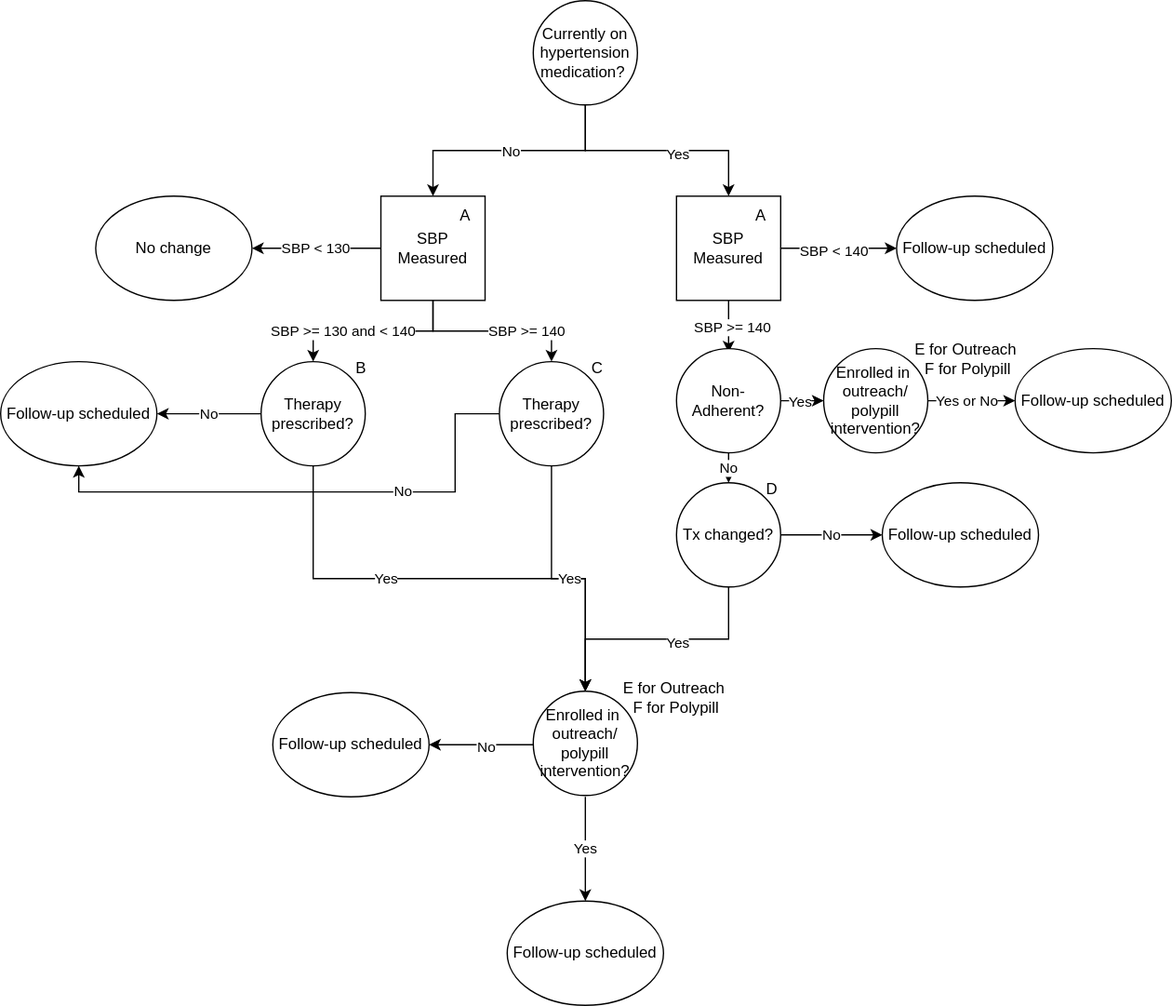
Above: docs/source/concept_models/vivarium_us_cvd/sbp_ramp_all.svg in ihmeuw/vivarium_research (draw.io), before the change. Source tidied: cells renumbered, new cells last; positions are measured from the earlier drawing's top-left corner, leaving out a move shared by most shapes.
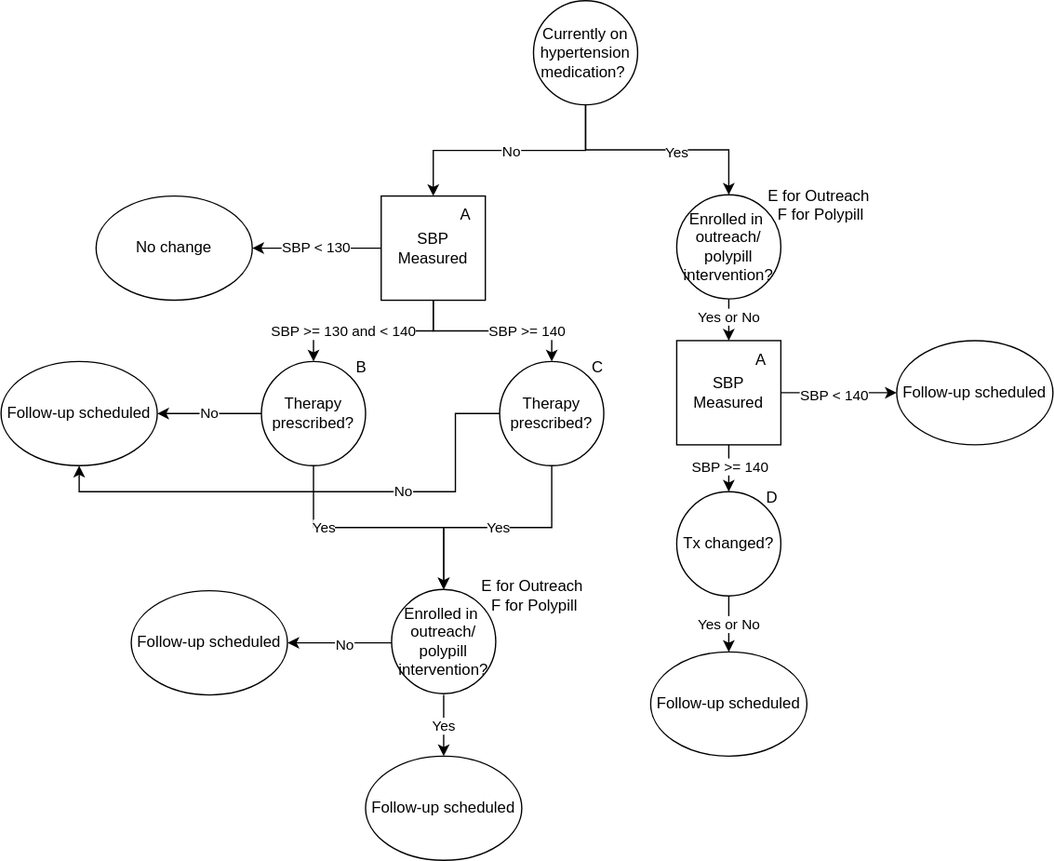
Later version of the same file.

What changed in the source:
```diff
@@ -5,19 +5,11 @@
     <mxCell id="2" value="SBP Measured" style="whiteSpace=wrap;html=1;" parent="1" vertex="1">
       <mxGeometry x="292" y="150" width="80" height="80" as="geometry" />
     </mxCell>
-    <mxCell id="3" value="No" style="edgeStyle=orthogonalEdgeStyle;rounded=0;jettySize=auto;html=1;exitX=1;exitY=0.5;exitDx=0;exitDy=0;entryX=0;entryY=0.5;entryDx=0;entryDy=0;" parent="1" edge="1" source="9" target="6">
+    <mxCell id="3" value="Yes or No" style="edgeStyle=orthogonalEdgeStyle;rounded=0;jettySize=auto;html=1;exitX=0.5;exitY=1;exitDx=0;exitDy=0;entryX=0.5;entryY=0;entryDx=0;entryDy=0;" parent="1" edge="1" source="9" target="6">
       <mxGeometry relative="1" as="geometry" />
     </mxCell>
-    <mxCell id="4" style="edgeStyle=orthogonalEdgeStyle;rounded=0;jettySize=auto;html=1;exitX=0.5;exitY=1;exitDx=0;exitDy=0;entryX=0.5;entryY=0;entryDx=0;entryDy=0;" parent="1" edge="1" source="9" target="32">
-      <mxGeometry relative="1" as="geometry" />
-    </mxCell>
-    <mxCell id="5" value="Yes" style="edgeLabel;html=1;align=center;verticalAlign=middle;" parent="4" vertex="1">
-      <mxGeometry x="-0.79" relative="1" as="geometry">
-        <mxPoint x="-40" y="22" as="offset" />
-      </mxGeometry>
-    </mxCell>
     <mxCell id="6" value="Follow-up scheduled" style="ellipse;whiteSpace=wrap;html=1;" parent="1" vertex="1">
-      <mxGeometry x="677" y="370" width="120" height="80" as="geometry" />
+      <mxGeometry x="499" y="500" width="120" height="80" as="geometry" />
     </mxCell>
     <mxCell id="7" style="edgeStyle=orthogonalEdgeStyle;rounded=0;orthogonalLoop=1;jettySize=auto;html=1;exitX=0.5;exitY=1;exitDx=0;exitDy=0;entryX=0.5;entryY=0;entryDx=0;entryDy=0;" parent="1" edge="1">
       <mxGeometry relative="1" as="geometry">
@@ -28,13 +20,13 @@
       <mxGeometry x="0.69" relative="1" as="geometry" />
     </mxCell>
     <mxCell id="9" value="Tx changed?" style="ellipse;whiteSpace=wrap;html=1;" parent="1" vertex="1">
-      <mxGeometry x="519" y="370" width="80" height="80" as="geometry" />
+      <mxGeometry x="519" y="377" width="80" height="80" as="geometry" />
     </mxCell>
     <mxCell id="10" value="D" style="text;html=1;strokeColor=none;fillColor=none;align=center;verticalAlign=middle;whiteSpace=wrap;rounded=0;" parent="1" vertex="1">
-      <mxGeometry x="577" y="360" width="31" height="30" as="geometry" />
+      <mxGeometry x="577" y="367" width="31" height="30" as="geometry" />
     </mxCell>
     <mxCell id="11" value="Follow-up scheduled" style="ellipse;whiteSpace=wrap;html=1;" parent="1" vertex="1">
-      <mxGeometry x="688" y="150" width="120" height="80" as="geometry" />
+      <mxGeometry x="688" y="261" width="120" height="80" as="geometry" />
     </mxCell>
     <mxCell id="12" style="edgeStyle=orthogonalEdgeStyle;rounded=0;jettySize=auto;html=1;entryX=0.5;entryY=0;entryDx=0;entryDy=0;exitX=0.5;exitY=1;exitDx=0;exitDy=0;" parent="1" edge="1" source="2" target="28">
       <mxGeometry relative="1" as="geometry" />
@@ -75,23 +67,22 @@
     </mxCell>
     <mxCell id="21" style="edgeStyle=orthogonalEdgeStyle;rounded=0;jettySize=auto;html=1;exitX=0;exitY=0.5;exitDx=0;exitDy=0;entryX=1;entryY=0.5;entryDx=0;entryDy=0;" parent="1" edge="1" target="24">
       <mxGeometry relative="1" as="geometry">
-        <mxPoint x="409" y="571" as="sourcePoint" />
+        <mxPoint x="300" y="493" as="sourcePoint" />
       </mxGeometry>
     </mxCell>
     <mxCell id="22" value="No" style="edgeLabel;html=1;align=center;verticalAlign=middle;" parent="21" vertex="1">
       <mxGeometry x="-0.07" y="1" relative="1" as="geometry" />
     </mxCell>
-    <mxCell id="23" value="Yes" style="edgeStyle=orthogonalEdgeStyle;rounded=0;orthogonalLoop=1;jettySize=auto;html=1;exitX=0.5;exitY=1;exitDx=0;exitDy=0;" parent="1" edge="1">
+    <mxCell id="23" value="Yes" style="edgeStyle=orthogonalEdgeStyle;rounded=0;jettySize=auto;html=1;exitX=0.5;exitY=1;exitDx=0;exitDy=0;entryX=0.5;entryY=0;entryDx=0;entryDy=0;" parent="1" edge="1" target="25">
       <mxGeometry relative="1" as="geometry">
-        <mxPoint x="449" y="611" as="sourcePoint" />
-        <mxPoint x="449" y="691" as="targetPoint" />
+        <mxPoint x="340" y="533" as="sourcePoint" />
       </mxGeometry>
     </mxCell>
     <mxCell id="24" value="Follow-up scheduled" style="ellipse;whiteSpace=wrap;html=1;" parent="1" vertex="1">
-      <mxGeometry x="209" y="531" width="120" height="80" as="geometry" />
+      <mxGeometry x="100" y="453" width="120" height="80" as="geometry" />
     </mxCell>
     <mxCell id="25" value="Follow-up scheduled" style="ellipse;whiteSpace=wrap;html=1;" parent="1" vertex="1">
-      <mxGeometry x="389" y="691" width="120" height="80" as="geometry" />
+      <mxGeometry x="280" y="580" width="120" height="80" as="geometry" />
     </mxCell>
     <mxCell id="26" value="Yes" style="edgeStyle=orthogonalEdgeStyle;rounded=0;jettySize=auto;html=1;entryX=0.5;entryY=0;entryDx=0;entryDy=0;exitX=0.5;exitY=1;exitDx=0;exitDy=0;" parent="1" edge="1" source="29" target="32">
       <mxGeometry relative="1" as="geometry" />
@@ -118,12 +109,12 @@
       <mxGeometry x="444" y="267" width="29" height="30" as="geometry" />
     </mxCell>
     <mxCell id="32" value="Enrolled in&amp;nbsp; outreach/ polypill intervention?" style="ellipse;whiteSpace=wrap;html=1;" parent="1" vertex="1">
-      <mxGeometry x="409" y="530" width="80" height="80" as="geometry" />
+      <mxGeometry x="300" y="452" width="80" height="80" as="geometry" />
     </mxCell>
     <mxCell id="33" value="E for Outreach&amp;nbsp;&lt;br&gt;F for Polypill" style="text;html=1;strokeColor=none;fillColor=none;align=center;verticalAlign=middle;whiteSpace=wrap;rounded=0;" parent="1" vertex="1">
-      <mxGeometry x="469" y="520" width="100" height="30" as="geometry" />
+      <mxGeometry x="360" y="442" width="100" height="30" as="geometry" />
     </mxCell>
-    <mxCell id="34" style="edgeStyle=orthogonalEdgeStyle;rounded=0;jettySize=auto;html=1;exitX=0.5;exitY=1;exitDx=0;exitDy=0;entryX=0.5;entryY=0.038;entryDx=0;entryDy=0;entryPerimeter=0;" parent="1" edge="1" source="39" target="48">
+    <mxCell id="34" style="edgeStyle=orthogonalEdgeStyle;rounded=0;jettySize=auto;html=1;exitX=0.5;exitY=1;exitDx=0;exitDy=0;entryX=0.5;entryY=0;entryDx=0;entryDy=0;" parent="1" edge="1" source="39" target="9">
       <mxGeometry relative="1" as="geometry" />
     </mxCell>
     <mxCell id="35" value="SBP &amp;gt;= 140" style="edgeLabel;html=1;align=center;verticalAlign=middle;" parent="34" vertex="1">
@@ -143,9 +134,9 @@
       </mxGeometry>
     </mxCell>
     <mxCell id="39" value="SBP Measured" style="whiteSpace=wrap;html=1;" parent="1" vertex="1">
-      <mxGeometry x="519" y="150" width="80" height="80" as="geometry" />
+      <mxGeometry x="519" y="261" width="80" height="80" as="geometry" />
     </mxCell>
-    <mxCell id="40" style="edgeStyle=orthogonalEdgeStyle;rounded=0;jettySize=auto;html=1;entryX=0.5;entryY=0;entryDx=0;entryDy=0;exitX=0.5;exitY=1;exitDx=0;exitDy=0;" parent="1" edge="1" source="36" target="39">
+    <mxCell id="40" style="edgeStyle=orthogonalEdgeStyle;rounded=0;jettySize=auto;html=1;exitX=0.5;exitY=1;exitDx=0;exitDy=0;entryX=0.5;entryY=0;entryDx=0;entryDy=0;" parent="1" edge="1" source="36" target="46">
       <mxGeometry relative="1" as="geometry" />
     </mxCell>
     <mxCell id="41" value="Yes" style="edgeLabel;html=1;align=center;verticalAlign=middle;" parent="40" vertex="1">
@@ -165,33 +156,16 @@
       <mxGeometry x="342" y="150" width="30" height="30" as="geometry" />
     </mxCell>
     <mxCell id="45" value="A" style="text;html=1;strokeColor=none;fillColor=none;align=center;verticalAlign=middle;whiteSpace=wrap;rounded=0;" parent="1" vertex="1">
-      <mxGeometry x="569" y="150" width="30" height="30" as="geometry" />
+      <mxGeometry x="569" y="261" width="30" height="30" as="geometry" />
     </mxCell>
     <mxCell id="46" value="Enrolled in&amp;nbsp; outreach/ polypill intervention?" style="ellipse;whiteSpace=wrap;html=1;" parent="1" vertex="1">
-      <mxGeometry x="632" y="267" width="80" height="80" as="geometry" />
+      <mxGeometry x="519" y="149" width="80" height="80" as="geometry" />
     </mxCell>
     <mxCell id="47" value="E for Outreach&amp;nbsp;&lt;br&gt;F for Polypill" style="text;html=1;strokeColor=none;fillColor=none;align=center;verticalAlign=middle;whiteSpace=wrap;rounded=0;" parent="1" vertex="1">
-      <mxGeometry x="693" y="260" width="100" height="30" as="geometry" />
+      <mxGeometry x="580" y="142" width="100" height="30" as="geometry" />
     </mxCell>
-    <mxCell id="48" value="Non-Adherent?" style="ellipse;whiteSpace=wrap;html=1;" parent="1" vertex="1">
-      <mxGeometry x="519" y="267" width="80" height="80" as="geometry" />
-    </mxCell>
-    <mxCell id="49" value="No" style="edgeStyle=orthogonalEdgeStyle;rounded=0;jettySize=auto;html=1;exitX=0.5;exitY=1;exitDx=0;exitDy=0;entryX=0.5;entryY=0;entryDx=0;entryDy=0;" parent="1" edge="1" source="48" target="9">
-      <mxGeometry relative="1" as="geometry" />
-    </mxCell>
-    <mxCell id="50" style="edgeStyle=orthogonalEdgeStyle;rounded=0;jettySize=auto;html=1;exitX=1;exitY=0.5;exitDx=0;exitDy=0;entryX=0;entryY=0.5;entryDx=0;entryDy=0;" parent="1" edge="1" source="48" target="46">
-      <mxGeometry relative="1" as="geometry" />
-    </mxCell>
-    <mxCell id="51" value="Yes" style="edgeLabel;html=1;align=center;verticalAlign=middle;" parent="50" vertex="1">
-      <mxGeometry x="-0.07" relative="1" as="geometry">
-        <mxPoint x="-1" as="offset" />
-      </mxGeometry>
-    </mxCell>
-    <mxCell id="52" value="Yes or No" style="edgeStyle=orthogonalEdgeStyle;rounded=0;jettySize=auto;html=1;exitX=1;exitY=0.5;exitDx=0;exitDy=0;entryX=0;entryY=0.5;entryDx=0;entryDy=0;" parent="1" edge="1" source="46" target="53">
+    <mxCell id="52" value="Yes or No" style="edgeStyle=orthogonalEdgeStyle;rounded=0;jettySize=auto;html=1;exitX=0.5;exitY=1;exitDx=0;exitDy=0;entryX=0.5;entryY=0;entryDx=0;entryDy=0;" parent="1" edge="1" source="46" target="39">
       <mxGeometry x="-0.1" relative="1" as="geometry" />
     </mxCell>
-    <mxCell id="53" value="Follow-up scheduled" style="ellipse;whiteSpace=wrap;html=1;" parent="1" vertex="1">
-      <mxGeometry x="779" y="267" width="120" height="80" as="geometry" />
-    </mxCell>
   </root>
 </mxGraphModel>
```
